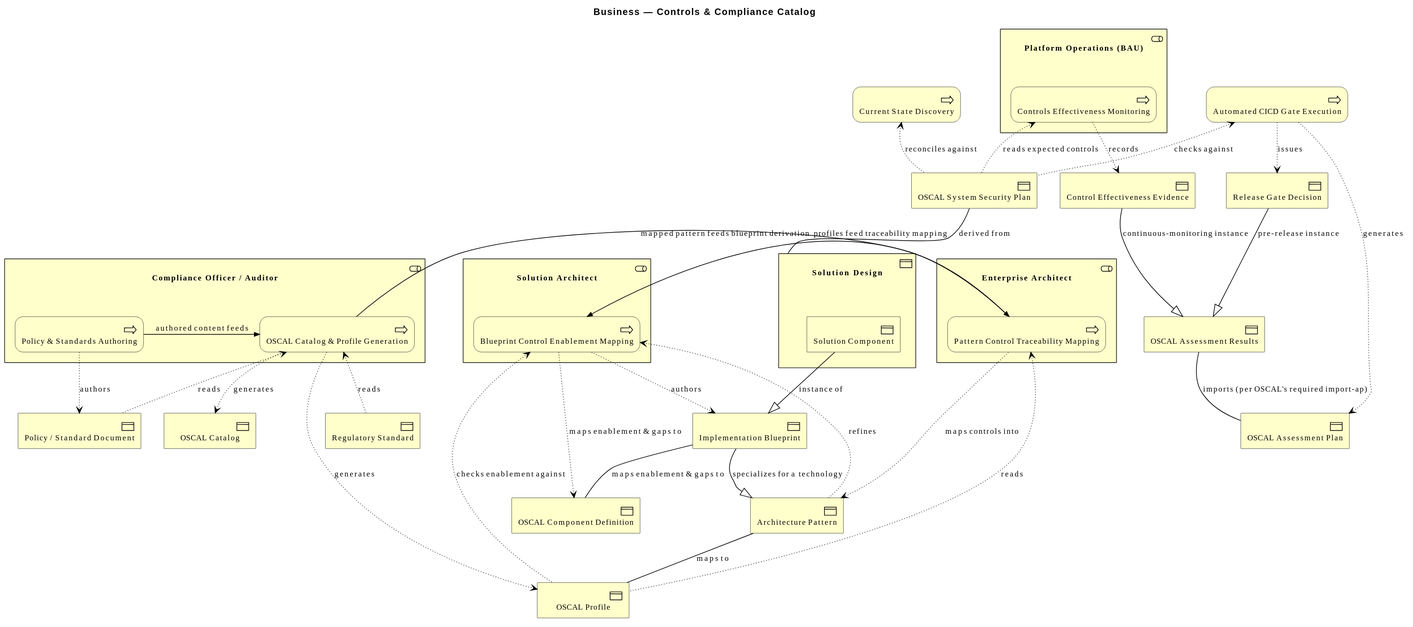
Above: architecture/model/diagrams/business/controls-catalog.svg in wolffy-au/frictionless-architect (PlantUML), before the change.
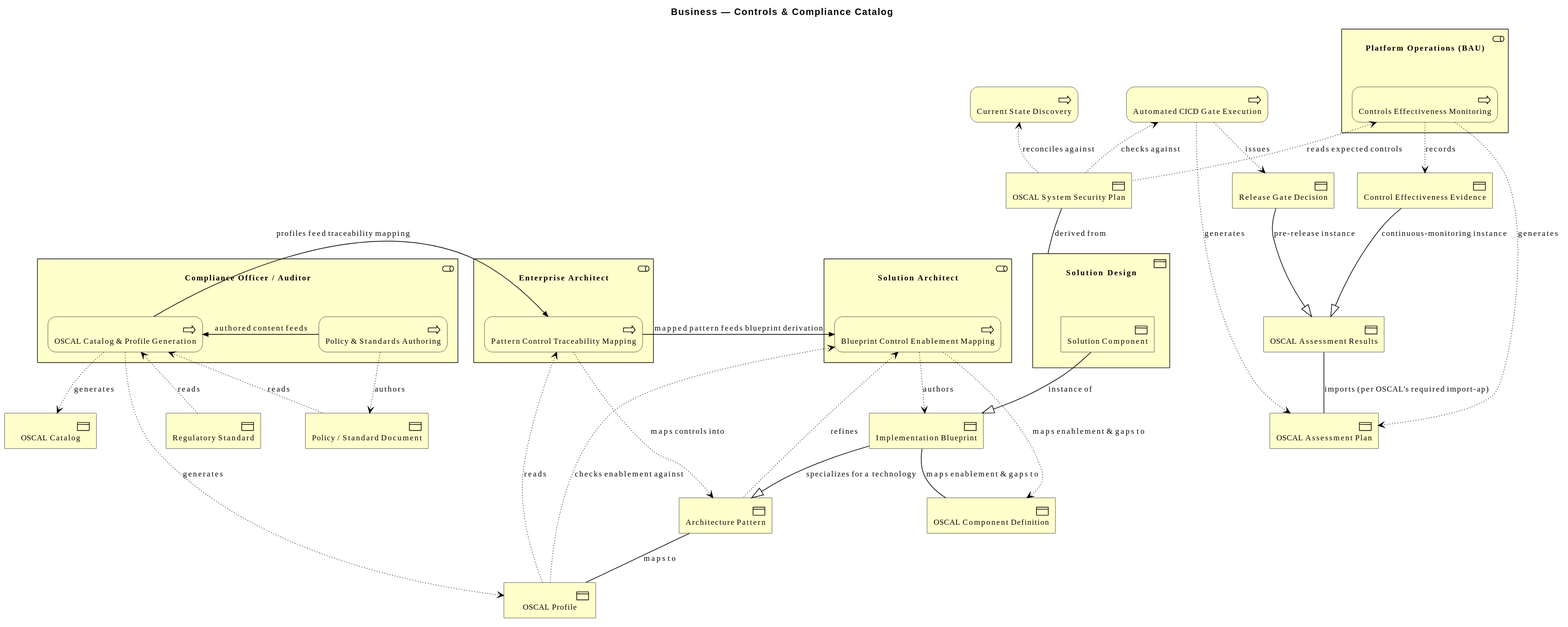
Later version of the same file.

The edit, as a diff of the source:
```diff
@@ -58,6 +58,7 @@
 Rel_Access_w(e_id799f46ebb7e15b, e_idb990615e712f57, "generates")
 Rel_Access_w(e_id799f46ebb7e15b, e_id8a58348ab4605a, "issues")
 Rel_Access_r(e_id18a08f8aff8057, e_ide1231d147af05e, "reads expected controls")
+Rel_Access_w(e_id18a08f8aff8057, e_idb990615e712f57, "generates")
 Rel_Access_w(e_id18a08f8aff8057, e_idca68dd43dc1854, "records")
 Rel_Association(e_id9f8a83bba77b50, e_idb990615e712f57, "imports (per OSCAL's required import-ap)")
 Rel_Specialization(e_id8a58348ab4605a, e_id9f8a83bba77b50, "pre-release instance")
```
